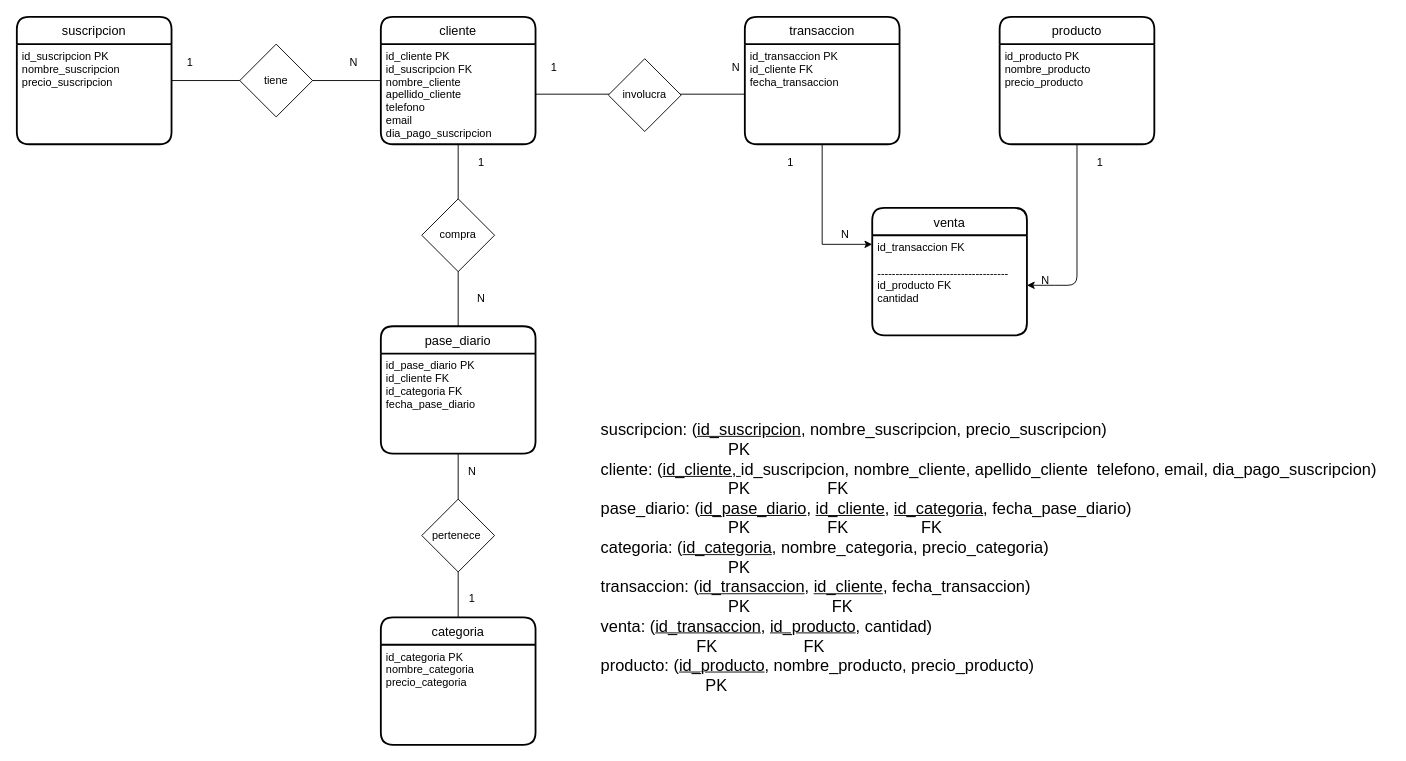
Earlier version of the draw.io diagram Untitled Diagram.drawio (rtesga/Talento_grupo4). Source tidied: cells renumbered, new cells numbered last; positions are measured from the earlier drawing's top-left corner, leaving out a move shared by most shapes. Both pictures are drawn from the tidied source at 91%, with x=0, y=0 at pixel (16, 16).
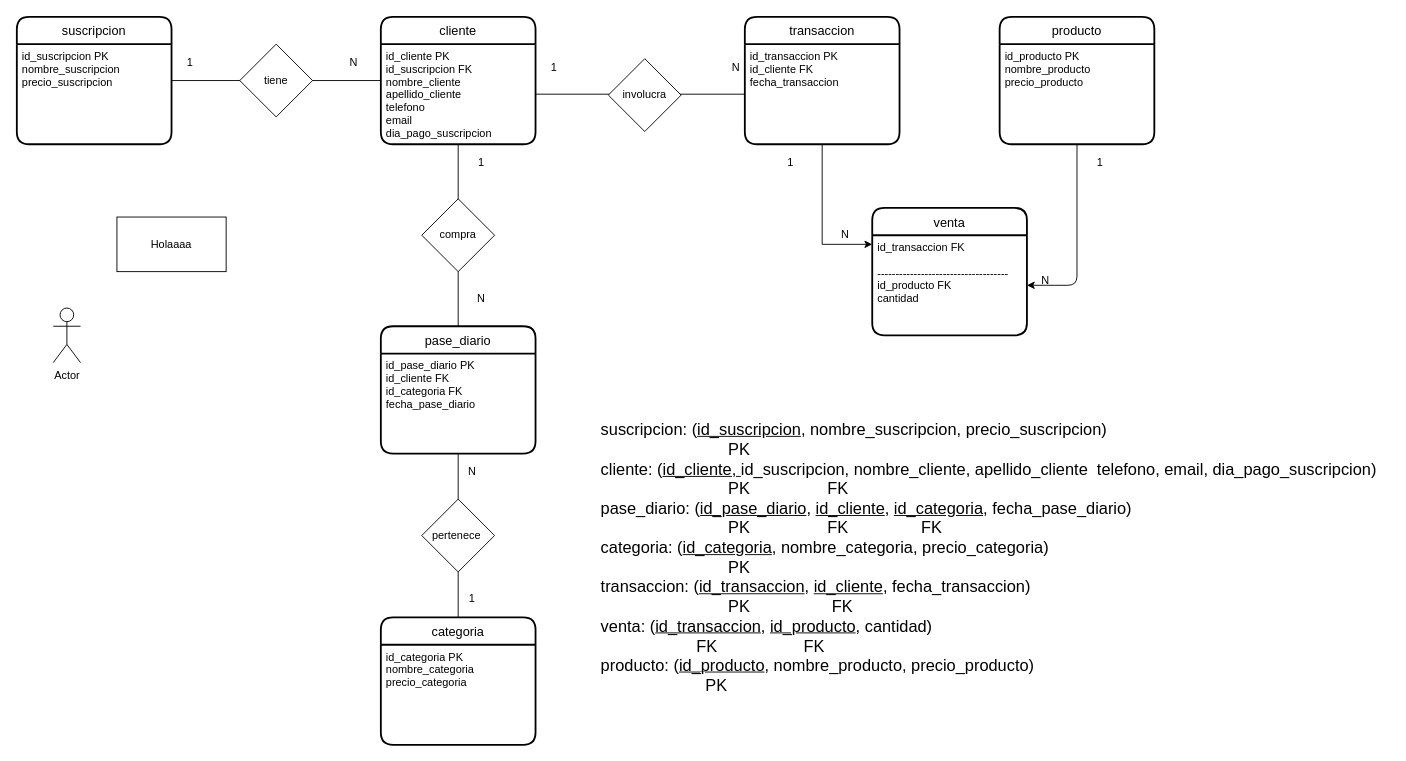
The same diagram, later.

Change to the diagram source:
```diff
@@
+    <mxCell id="40" value="Actor" style="shape=umlActor;verticalLabelPosition=bottom;verticalAlign=top;html=1;" parent="1" vertex="1">
+      <mxGeometry x="40" y="320" width="30" height="60" as="geometry" />
+    </mxCell>
+    <mxCell id="41" value="Holaaaa" style="rounded=0;whiteSpace=wrap;html=1;" parent="1" vertex="1">
+      <mxGeometry x="110" y="220" width="120" height="60" as="geometry" />
+    </mxCell>
```
